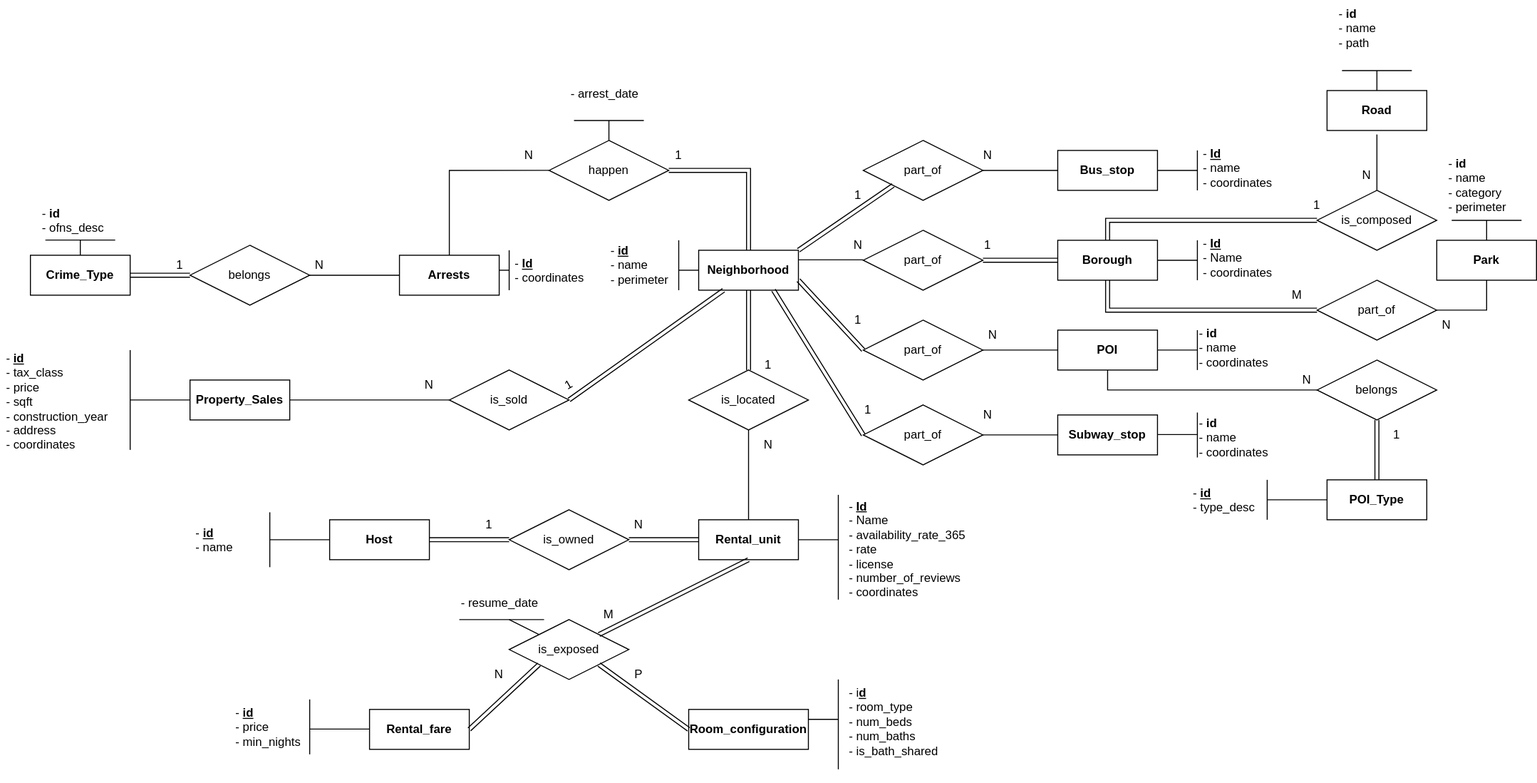
Before: schema/ER_complete.drawio.svg, a diagram exported from draw.io (DesperateColleagues/NYC_AirBnB_Data_Management). Source tidied: cells renumbered, new cells last; positions are measured from the earlier drawing's top-left corner, leaving out a move shared by most shapes.
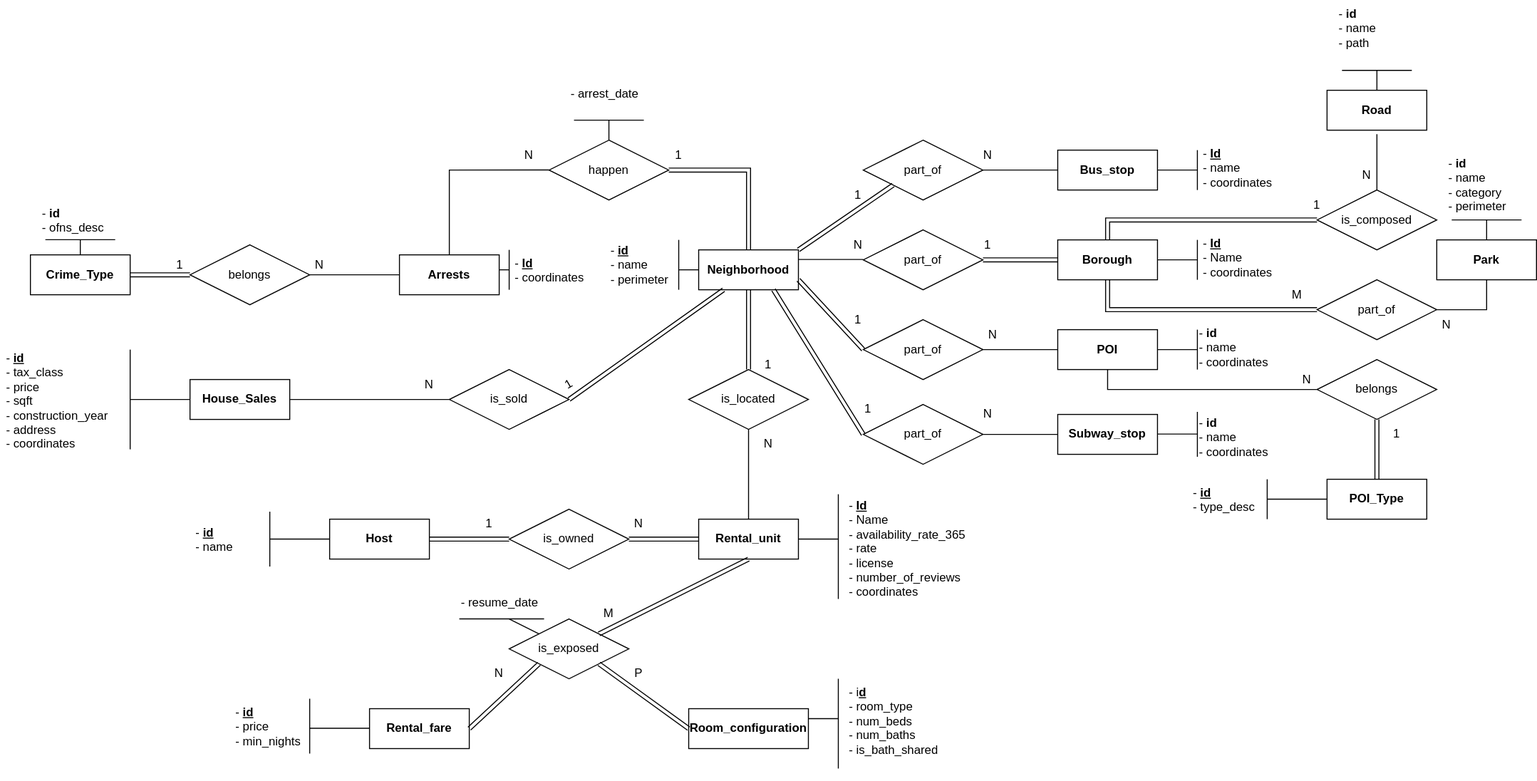
The same file after the commit.

What changed in the source:
```diff
@@ -234,7 +234,7 @@
     <mxCell id="60" value="is_sold" style="shape=rhombus;perimeter=rhombusPerimeter;whiteSpace=wrap;html=1;align=center;" parent="1" vertex="1">
       <mxGeometry x="450" y="370" width="120" height="60" as="geometry" />
     </mxCell>
-    <mxCell id="61" value="&lt;b&gt;Property_Sales&lt;/b&gt;" style="whiteSpace=wrap;html=1;align=center;" parent="1" vertex="1">
+    <mxCell id="61" value="&lt;b&gt;House_Sales&lt;/b&gt;" style="whiteSpace=wrap;html=1;align=center;" parent="1" vertex="1">
       <mxGeometry x="190" y="380" width="100" height="40" as="geometry" />
     </mxCell>
     <mxCell id="62" style="endArrow=none;html=1;rounded=0;entryX=0.25;entryY=1;entryDx=0;entryDy=0;exitX=1;exitY=0.5;exitDx=0;exitDy=0;shape=link;" parent="1" edge="1" source="60" target="4">
```
